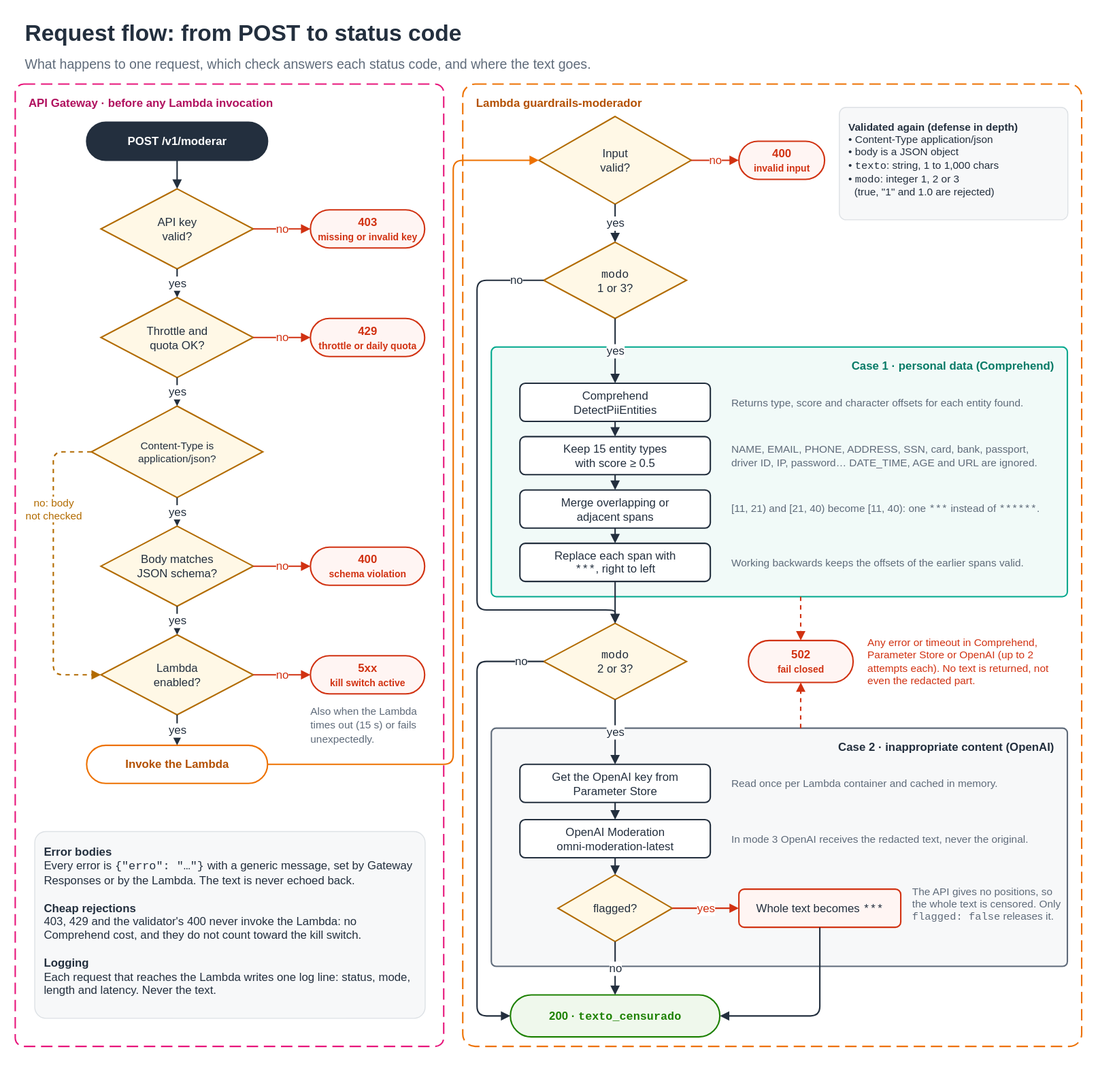
The draw.io diagram docs/diagrams/request-flow.drawio.svg in EnzoHashinokutiXavier/Guardrail-AI-Moderator, before a commit. Source tidied: cells renumbered, new cells last; positions are measured from the earlier drawing's top-left corner, leaving out a move shared by most shapes.
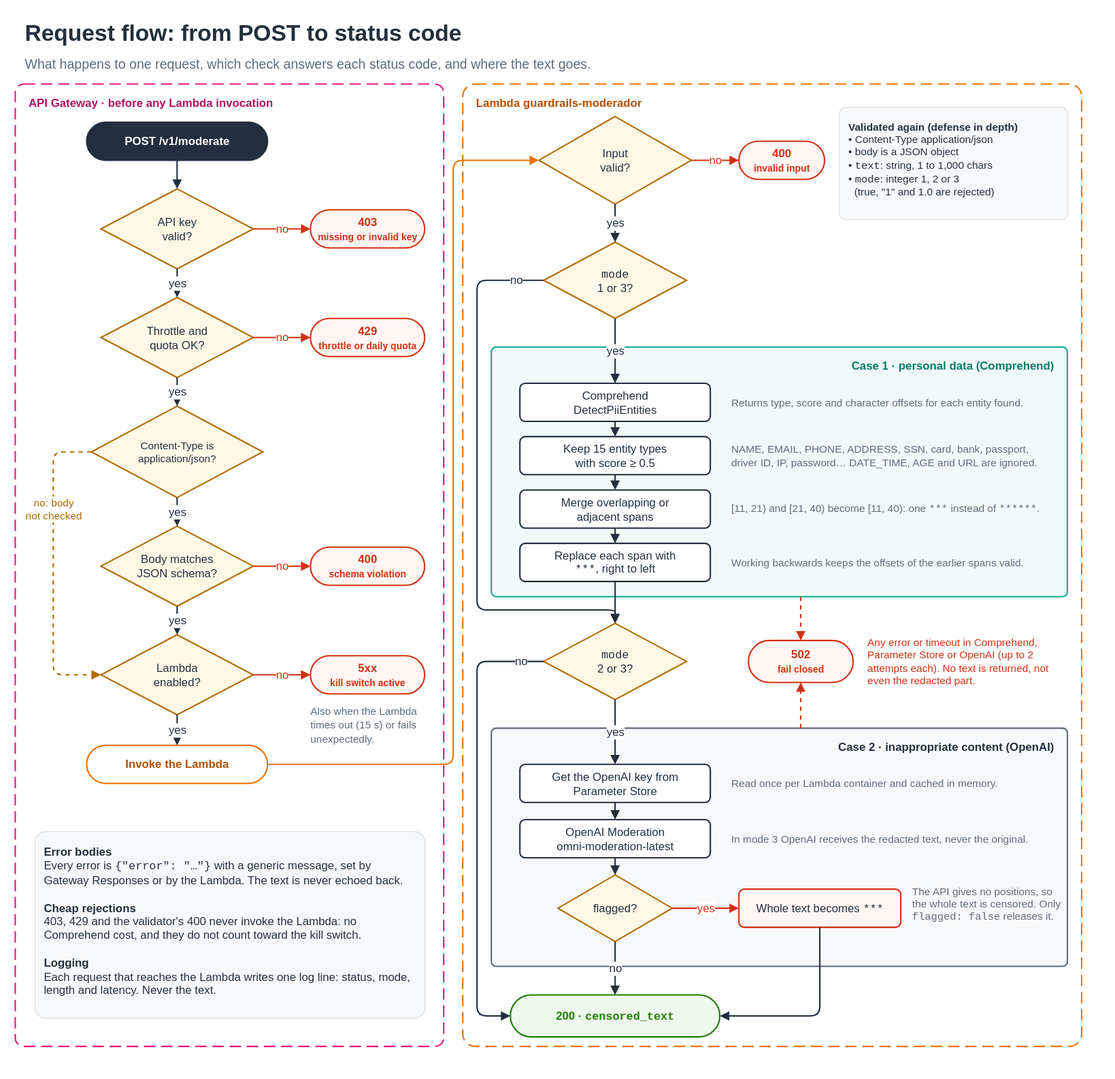
The same diagram one commit later.

Change to the diagram source:
```diff
@@ -14,7 +14,7 @@
     <mxCell id="5" value="Lambda guardrails-moderador" style="rounded=1;arcSize=2;whiteSpace=wrap;html=1;fillColor=none;strokeColor=#ED7100;fontColor=#B35000;fontSize=12;fontStyle=1;verticalAlign=top;align=left;spacingLeft=12;spacingTop=6;spacingRight=12;strokeWidth=1.5;dashed=1;dashPattern=8 4;" parent="1" vertex="1">
       <mxGeometry x="470" y="72" width="650" height="1010" as="geometry" />
     </mxCell>
-    <mxCell id="6" value="POST /v1/moderar" style="rounded=1;arcSize=50;whiteSpace=wrap;html=1;fillColor=#232F3E;strokeColor=#232F3E;fontColor=#FFFFFF;fontSize=12;fontStyle=1;strokeWidth=1.5;" parent="1" vertex="1">
+    <mxCell id="6" value="POST /v1/moderate" style="rounded=1;arcSize=50;whiteSpace=wrap;html=1;fillColor=#232F3E;strokeColor=#232F3E;fontColor=#FFFFFF;fontSize=12;fontStyle=1;strokeWidth=1.5;" parent="1" vertex="1">
       <mxGeometry x="75" y="112" width="190" height="40" as="geometry" />
     </mxCell>
     <mxCell id="7" value="API key&lt;br&gt;valid?" style="rhombus;whiteSpace=wrap;html=1;fillColor=#FFF8E6;strokeColor=#B26B00;fontColor=#232F3E;fontSize=12;strokeWidth=1.5;spacing=4;" parent="1" vertex="1">
@@ -88,7 +88,7 @@
         </Array>
       </mxGeometry>
     </mxCell>
-    <mxCell id="29" value="&lt;b&gt;Error bodies&lt;/b&gt;&lt;br&gt;Every error is &lt;font face=&quot;Courier New&quot;&gt;{&quot;erro&quot;: &quot;…&quot;}&lt;/font&gt; with a generic message, set by Gateway Responses or by the Lambda. The text is never echoed back.&lt;br&gt;&lt;br&gt;&lt;b&gt;Cheap rejections&lt;/b&gt;&lt;br&gt;403, 429 and the validator's 400 never invoke the Lambda: no Comprehend cost, and they do not count toward the kill switch.&lt;br&gt;&lt;br&gt;&lt;b&gt;Logging&lt;/b&gt;&lt;br&gt;Each request that reaches the Lambda writes one log line: status, mode, length and latency. Never the text." style="rounded=1;arcSize=6;whiteSpace=wrap;html=1;fillColor=#F7F8F9;strokeColor=#DDE1E5;fontColor=#232F3E;fontSize=12;align=left;verticalAlign=top;spacing=10;" parent="1" vertex="1">
+    <mxCell id="29" value="&lt;b&gt;Error bodies&lt;/b&gt;&lt;br&gt;Every error is &lt;font face=&quot;Courier New&quot;&gt;{&quot;error&quot;: &quot;…&quot;}&lt;/font&gt; with a generic message, set by Gateway Responses or by the Lambda. The text is never echoed back.&lt;br&gt;&lt;br&gt;&lt;b&gt;Cheap rejections&lt;/b&gt;&lt;br&gt;403, 429 and the validator's 400 never invoke the Lambda: no Comprehend cost, and they do not count toward the kill switch.&lt;br&gt;&lt;br&gt;&lt;b&gt;Logging&lt;/b&gt;&lt;br&gt;Each request that reaches the Lambda writes one log line: status, mode, length and latency. Never the text." style="rounded=1;arcSize=6;whiteSpace=wrap;html=1;fillColor=#F7F8F9;strokeColor=#DDE1E5;fontColor=#232F3E;fontSize=12;align=left;verticalAlign=top;spacing=10;" parent="1" vertex="1">
       <mxGeometry x="20" y="856" width="410" height="196" as="geometry" />
     </mxCell>
     <mxCell id="30" value="Input&lt;br&gt;valid?" style="rhombus;whiteSpace=wrap;html=1;fillColor=#FFF8E6;strokeColor=#B26B00;fontColor=#232F3E;fontSize=12;strokeWidth=1.5;spacing=4;" parent="1" vertex="1">
@@ -97,7 +97,7 @@
     <mxCell id="31" value="400&lt;br&gt;&lt;font style=&quot;font-size:10px;&quot; color=&quot;#D13212&quot;&gt;invalid input&lt;/font&gt;" style="rounded=1;arcSize=50;whiteSpace=wrap;html=1;fillColor=#FFF5F3;strokeColor=#D13212;fontColor=#D13212;fontSize=12;fontStyle=1;strokeWidth=1.5;" parent="1" vertex="1">
       <mxGeometry x="760" y="132" width="90" height="40" as="geometry" />
     </mxCell>
-    <mxCell id="32" value="&lt;b&gt;Validated again (defense in depth)&lt;/b&gt;&lt;br&gt;• Content-Type application/json&lt;br&gt;• body is a JSON object&lt;br&gt;• &lt;font face=&quot;Courier New&quot;&gt;texto&lt;/font&gt;: string, 1 to 1,000 chars&lt;br&gt;• &lt;font face=&quot;Courier New&quot;&gt;modo&lt;/font&gt;: integer 1, 2 or 3&lt;br&gt;&amp;nbsp;&amp;nbsp;(true, &quot;1&quot; and 1.0 are rejected)" style="rounded=1;arcSize=6;whiteSpace=wrap;html=1;fillColor=#F7F8F9;strokeColor=#DDE1E5;fontColor=#232F3E;fontSize=11;align=left;verticalAlign=top;spacing=10;" parent="1" vertex="1">
+    <mxCell id="32" value="&lt;b&gt;Validated again (defense in depth)&lt;/b&gt;&lt;br&gt;• Content-Type application/json&lt;br&gt;• body is a JSON object&lt;br&gt;• &lt;font face=&quot;Courier New&quot;&gt;text&lt;/font&gt;: string, 1 to 1,000 chars&lt;br&gt;• &lt;font face=&quot;Courier New&quot;&gt;mode&lt;/font&gt;: integer 1, 2 or 3&lt;br&gt;&amp;nbsp;&amp;nbsp;(true, &quot;1&quot; and 1.0 are rejected)" style="rounded=1;arcSize=6;whiteSpace=wrap;html=1;fillColor=#F7F8F9;strokeColor=#DDE1E5;fontColor=#232F3E;fontSize=11;align=left;verticalAlign=top;spacing=10;" parent="1" vertex="1">
       <mxGeometry x="865" y="96" width="240" height="118" as="geometry" />
     </mxCell>
     <mxCell id="33" style="edgeStyle=orthogonalEdgeStyle;rounded=1;jettySize=auto;html=1;endArrow=block;endFill=1;strokeWidth=2;strokeColor=#232F3E;fontSize=12;fontColor=#232F3E;labelBackgroundColor=#FFFFFF;exitX=1;exitY=0.5;exitDx=0;exitDy=0;entryX=0;entryY=0.5;entryDx=0;entryDy=0;strokeWidth=1.5;strokeColor=#ED7100;" parent="1" edge="1" source="12" target="30">
@@ -111,7 +111,7 @@
     <mxCell id="34" value="no" style="edgeStyle=orthogonalEdgeStyle;rounded=1;jettySize=auto;html=1;endArrow=block;endFill=1;strokeWidth=2;strokeColor=#232F3E;fontSize=12;fontColor=#232F3E;labelBackgroundColor=#FFFFFF;exitX=1;exitY=0.5;exitDx=0;exitDy=0;entryX=0;entryY=0.5;entryDx=0;entryDy=0;strokeWidth=1.5;strokeColor=#D13212;fontColor=#D13212;" parent="1" edge="1" source="30" target="31">
       <mxGeometry relative="1" as="geometry" />
     </mxCell>
-    <mxCell id="35" value="&lt;font face=&quot;Courier New&quot;&gt;modo&lt;/font&gt;&lt;br&gt;1 or 3?" style="rhombus;whiteSpace=wrap;html=1;fillColor=#FFF8E6;strokeColor=#B26B00;fontColor=#232F3E;fontSize=12;strokeWidth=1.5;spacing=4;" parent="1" vertex="1">
+    <mxCell id="35" value="&lt;font face=&quot;Courier New&quot;&gt;mode&lt;/font&gt;&lt;br&gt;1 or 3?" style="rhombus;whiteSpace=wrap;html=1;fillColor=#FFF8E6;strokeColor=#B26B00;fontColor=#232F3E;fontSize=12;strokeWidth=1.5;spacing=4;" parent="1" vertex="1">
       <mxGeometry x="555" y="238" width="150" height="80" as="geometry" />
     </mxCell>
     <mxCell id="36" value="yes" style="edgeStyle=orthogonalEdgeStyle;rounded=1;jettySize=auto;html=1;endArrow=block;endFill=1;strokeWidth=2;strokeColor=#232F3E;fontSize=12;fontColor=#232F3E;labelBackgroundColor=#FFFFFF;exitX=0.5;exitY=1;exitDx=0;exitDy=0;entryX=0.5;entryY=0;entryDx=0;entryDy=0;strokeWidth=1.5;" parent="1" edge="1" source="30" target="35">
@@ -156,7 +156,7 @@
     <mxCell id="49" value="yes" style="edgeStyle=orthogonalEdgeStyle;rounded=1;jettySize=auto;html=1;endArrow=block;endFill=1;strokeWidth=2;strokeColor=#232F3E;fontSize=12;fontColor=#232F3E;labelBackgroundColor=#FFFFFF;exitX=0.5;exitY=1;exitDx=0;exitDy=0;entryX=0.5;entryY=0;entryDx=0;entryDy=0;strokeWidth=1.5;" parent="1" edge="1" source="35" target="38">
       <mxGeometry relative="1" as="geometry" />
     </mxCell>
-    <mxCell id="50" value="&lt;font face=&quot;Courier New&quot;&gt;modo&lt;/font&gt;&lt;br&gt;2 or 3?" style="rhombus;whiteSpace=wrap;html=1;fillColor=#FFF8E6;strokeColor=#B26B00;fontColor=#232F3E;fontSize=12;strokeWidth=1.5;spacing=4;" parent="1" vertex="1">
+    <mxCell id="50" value="&lt;font face=&quot;Courier New&quot;&gt;mode&lt;/font&gt;&lt;br&gt;2 or 3?" style="rhombus;whiteSpace=wrap;html=1;fillColor=#FFF8E6;strokeColor=#B26B00;fontColor=#232F3E;fontSize=12;strokeWidth=1.5;spacing=4;" parent="1" vertex="1">
       <mxGeometry x="555" y="638" width="150" height="80" as="geometry" />
     </mxCell>
     <mxCell id="51" style="edgeStyle=orthogonalEdgeStyle;rounded=1;jettySize=auto;html=1;endArrow=block;endFill=1;strokeWidth=2;strokeColor=#232F3E;fontSize=12;fontColor=#232F3E;labelBackgroundColor=#FFFFFF;exitX=0.5;exitY=1;exitDx=0;exitDy=0;entryX=0.5;entryY=0;entryDx=0;entryDy=0;strokeWidth=1.5;" parent="1" edge="1" source="41" target="50">
@@ -207,7 +207,7 @@
     <mxCell id="64" value="The API gives no positions, so the whole text is censored. Only &lt;font face=&quot;Courier New&quot;&gt;flagged: false&lt;/font&gt; releases it." style="text;html=1;align=left;verticalAlign=top;fontSize=11;fontColor=#5F6B7A;whiteSpace=wrap;spacing=0;" parent="1" vertex="1">
       <mxGeometry x="942" y="908" width="156" height="80" as="geometry" />
     </mxCell>
-    <mxCell id="65" value="200 · &lt;font face=&quot;Courier New&quot;&gt;texto_censurado&lt;/font&gt;" style="rounded=1;arcSize=50;whiteSpace=wrap;html=1;fillColor=#EFF8EC;strokeColor=#1D8102;fontColor=#1D8102;fontSize=12;fontStyle=1;strokeWidth=1.5;" parent="1" vertex="1">
+    <mxCell id="65" value="200 · &lt;font face=&quot;Courier New&quot;&gt;censored_text&lt;/font&gt;" style="rounded=1;arcSize=50;whiteSpace=wrap;html=1;fillColor=#EFF8EC;strokeColor=#1D8102;fontColor=#1D8102;fontSize=12;fontStyle=1;strokeWidth=1.5;" parent="1" vertex="1">
       <mxGeometry x="520" y="1028" width="220" height="44" as="geometry" />
     </mxCell>
     <mxCell id="66" value="no" style="edgeStyle=orthogonalEdgeStyle;rounded=1;jettySize=auto;html=1;endArrow=block;endFill=1;strokeWidth=2;strokeColor=#232F3E;fontSize=12;fontColor=#232F3E;labelBackgroundColor=#FFFFFF;exitX=0.5;exitY=1;exitDx=0;exitDy=0;entryX=0.5;entryY=0;entryDx=0;entryDy=0;strokeWidth=1.5;" parent="1" edge="1" source="56" target="65">
```
